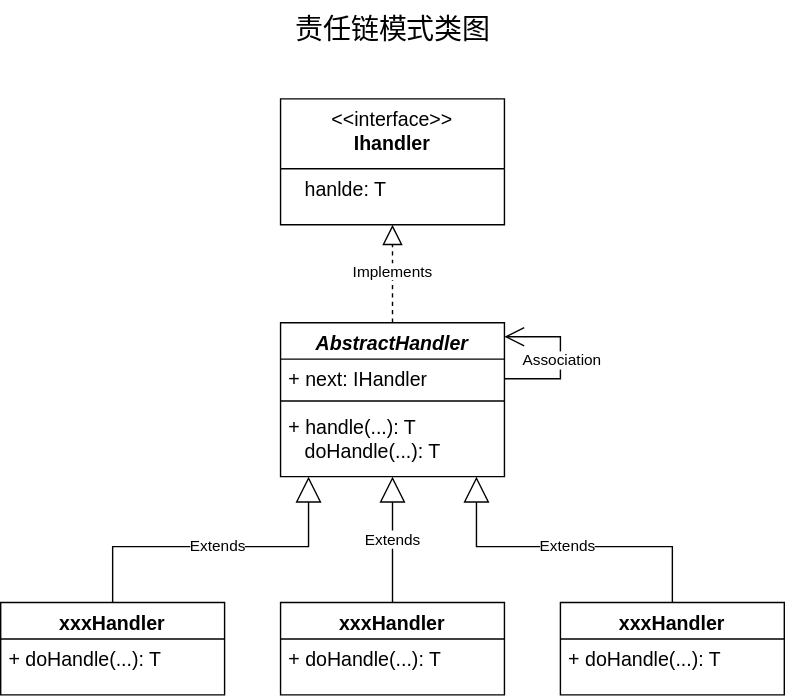
yinyg/notes keeps this draw.io diagram as 设计模式/images/责任链模式类图.svg. Above is the earlier version. Source tidied: cells renumbered, new cells last; positions are measured from the earlier drawing's top-left corner, leaving out a move shared by most shapes. Its diagram source:
```xml
<mxGraphModel>
  <root>
    <mxCell id="0" />
    <mxCell id="1" parent="0" />
    <mxCell id="2" value="&lt;font style=&quot;font-size: 14px;&quot;&gt;&lt;span style=&quot;font-weight: normal;&quot;&gt;&amp;lt;&amp;lt;interface&amp;gt;&amp;gt;&lt;br&gt;&lt;/span&gt;Ihandler&lt;/font&gt;" style="swimlane;fontStyle=1;align=center;verticalAlign=top;horizontal=1;startSize=50;whiteSpace=wrap;html=1;" parent="1" vertex="1">
      <mxGeometry x="200" y="70" width="160" height="90" as="geometry" />
    </mxCell>
    <mxCell id="3" value="&lt;font style=&quot;font-size: 14px;&quot;&gt;&amp;nbsp; &amp;nbsp;hanlde: T&lt;/font&gt;" style="text;strokeColor=none;fillColor=none;align=left;verticalAlign=top;spacingLeft=4;spacingRight=4;overflow=hidden;whiteSpace=wrap;html=1;" parent="2" vertex="1">
      <mxGeometry y="50" width="160" height="40" as="geometry" />
    </mxCell>
    <mxCell id="4" value="&lt;i&gt;AbstractHandler&lt;/i&gt;" style="swimlane;fontStyle=1;align=center;verticalAlign=top;horizontal=1;startSize=26;whiteSpace=wrap;html=1;fontSize=14;" parent="1" vertex="1">
      <mxGeometry x="200" y="230" width="160" height="110" as="geometry" />
    </mxCell>
    <mxCell id="5" value="+ next: IHandler" style="text;strokeColor=none;fillColor=none;align=left;verticalAlign=top;spacingLeft=4;spacingRight=4;overflow=hidden;whiteSpace=wrap;html=1;fontSize=14;" parent="4" vertex="1">
      <mxGeometry y="26" width="160" height="26" as="geometry" />
    </mxCell>
    <mxCell id="6" style="line;strokeWidth=1;fillColor=none;align=left;verticalAlign=middle;spacingTop=-1;spacingLeft=3;spacingRight=3;labelPosition=right;strokeColor=inherit;fontSize=14;" parent="4" vertex="1">
      <mxGeometry y="52" width="160" height="8" as="geometry" />
    </mxCell>
    <mxCell id="7" value="+ handle(...): T&lt;br&gt;&amp;nbsp; &amp;nbsp;doHandle(...): T" style="text;strokeColor=none;fillColor=none;align=left;verticalAlign=top;spacingLeft=4;spacingRight=4;overflow=hidden;whiteSpace=wrap;html=1;fontSize=14;" parent="4" vertex="1">
      <mxGeometry y="60" width="160" height="50" as="geometry" />
    </mxCell>
    <mxCell id="8" style="endArrow=block;dashed=1;endFill=0;endSize=12;html=1;rounded=0;exitX=0.5;exitY=0;exitDx=0;exitDy=0;" parent="1" edge="1" source="4">
      <mxGeometry relative="1" as="geometry">
        <mxPoint x="280" y="160" as="targetPoint" />
      </mxGeometry>
    </mxCell>
    <mxCell id="9" value="xxxHandler" style="swimlane;fontStyle=1;align=center;verticalAlign=top;horizontal=1;startSize=26;whiteSpace=wrap;html=1;fontSize=14;" parent="1" vertex="1">
      <mxGeometry y="430" width="160" height="66" as="geometry" />
    </mxCell>
    <mxCell id="10" value="+ doHandle(...): T" style="text;strokeColor=none;fillColor=none;align=left;verticalAlign=top;spacingLeft=4;spacingRight=4;overflow=hidden;whiteSpace=wrap;html=1;fontSize=14;" parent="9" vertex="1">
      <mxGeometry y="26" width="160" height="40" as="geometry" />
    </mxCell>
    <mxCell id="11" value="xxxHandler" style="swimlane;fontStyle=1;align=center;verticalAlign=top;horizontal=1;startSize=26;whiteSpace=wrap;html=1;fontSize=14;" parent="1" vertex="1">
      <mxGeometry x="200" y="430" width="160" height="66" as="geometry" />
    </mxCell>
    <mxCell id="12" value="+ doHandle(...): T" style="text;strokeColor=none;fillColor=none;align=left;verticalAlign=top;spacingLeft=4;spacingRight=4;overflow=hidden;whiteSpace=wrap;html=1;fontSize=14;" parent="11" vertex="1">
      <mxGeometry y="26" width="160" height="40" as="geometry" />
    </mxCell>
    <mxCell id="13" value="xxxHandler" style="swimlane;fontStyle=1;align=center;verticalAlign=top;horizontal=1;startSize=26;whiteSpace=wrap;html=1;fontSize=14;" parent="1" vertex="1">
      <mxGeometry x="400" y="430" width="160" height="66" as="geometry" />
    </mxCell>
    <mxCell id="14" value="+ doHandle(...): T" style="text;strokeColor=none;fillColor=none;align=left;verticalAlign=top;spacingLeft=4;spacingRight=4;overflow=hidden;whiteSpace=wrap;html=1;fontSize=14;" parent="13" vertex="1">
      <mxGeometry y="26" width="160" height="40" as="geometry" />
    </mxCell>
    <mxCell id="15" value="Extends" style="endArrow=block;endSize=16;endFill=0;html=1;rounded=0;" parent="1" edge="1" source="11">
      <mxGeometry relative="1" as="geometry">
        <mxPoint x="280" y="340" as="targetPoint" />
      </mxGeometry>
    </mxCell>
    <mxCell id="16" value="Extends" style="endArrow=block;endSize=16;endFill=0;html=1;rounded=0;exitX=0.5;exitY=0;exitDx=0;exitDy=0;" parent="1" edge="1">
      <mxGeometry relative="1" as="geometry">
        <mxPoint x="80" y="430" as="sourcePoint" />
        <mxPoint x="220" y="340" as="targetPoint" />
        <Array as="points">
          <mxPoint x="80" y="390" />
          <mxPoint x="220" y="390" />
        </Array>
      </mxGeometry>
    </mxCell>
    <mxCell id="17" value="Extends" style="endArrow=block;endSize=16;endFill=0;html=1;rounded=0;exitX=0.5;exitY=0;exitDx=0;exitDy=0;" parent="1" edge="1" source="13">
      <mxGeometry relative="1" as="geometry">
        <mxPoint x="340" y="340" as="targetPoint" />
        <Array as="points">
          <mxPoint x="480" y="390" />
          <mxPoint x="340" y="390" />
        </Array>
      </mxGeometry>
    </mxCell>
    <mxCell id="18" value="&lt;span style=&quot;color: rgb(0, 0, 0); font-family: Helvetica; font-size: 11px; font-style: normal; font-variant-ligatures: normal; font-variant-caps: normal; font-weight: 400; letter-spacing: normal; orphans: 2; text-align: center; text-indent: 0px; text-transform: none; widows: 2; word-spacing: 0px; -webkit-text-stroke-width: 0px; background-color: rgb(255, 255, 255); text-decoration-thickness: initial; text-decoration-style: initial; text-decoration-color: initial; float: none; display: inline !important;&quot;&gt;Implements&lt;/span&gt;" style="text;whiteSpace=wrap;html=1;" parent="1" vertex="1">
      <mxGeometry x="250" y="180" width="80" height="40" as="geometry" />
    </mxCell>
    <mxCell id="19" style="endArrow=open;endFill=1;endSize=12;html=1;rounded=0;" parent="1" edge="1">
      <mxGeometry relative="1" as="geometry">
        <mxPoint x="360" y="270" as="sourcePoint" />
        <mxPoint x="360" y="240" as="targetPoint" />
        <Array as="points">
          <mxPoint x="400" y="270" />
          <mxPoint x="400" y="240" />
        </Array>
      </mxGeometry>
    </mxCell>
    <mxCell id="20" value="Association" style="edgeLabel;html=1;align=center;verticalAlign=middle;" parent="19" vertex="1">
      <mxGeometry x="0.04" y="-1" relative="1" as="geometry">
        <mxPoint x="-1" y="3" as="offset" />
      </mxGeometry>
    </mxCell>
    <mxCell id="21" value="&lt;font style=&quot;font-size: 20px;&quot;&gt;责任链模式类图&lt;/font&gt;" style="text;html=1;align=center;verticalAlign=middle;strokeColor=none;fillColor=none;" parent="1" vertex="1">
      <mxGeometry x="200" width="160" height="40" as="geometry" />
    </mxCell>
  </root>
</mxGraphModel>
```
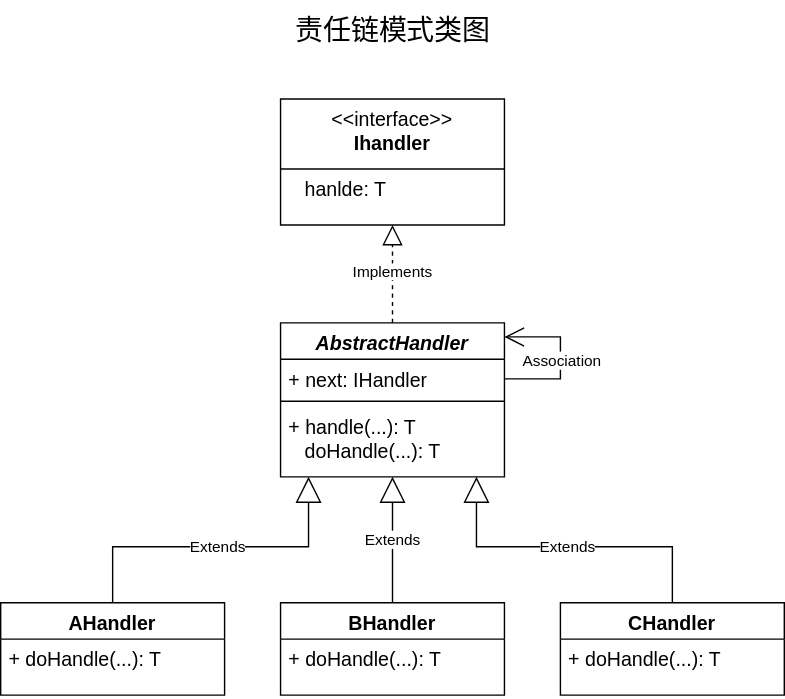
Above is the later version.

Commit message:
更新责任链模式类图.svg

What changed in the source:
```diff
@@ -25,19 +25,19 @@
         <mxPoint x="280" y="160" as="targetPoint" />
       </mxGeometry>
     </mxCell>
-    <mxCell id="9" value="xxxHandler" style="swimlane;fontStyle=1;align=center;verticalAlign=top;horizontal=1;startSize=26;whiteSpace=wrap;html=1;fontSize=14;" parent="1" vertex="1">
+    <mxCell id="9" value="AHandler" style="swimlane;fontStyle=1;align=center;verticalAlign=top;horizontal=1;startSize=26;whiteSpace=wrap;html=1;fontSize=14;" parent="1" vertex="1">
       <mxGeometry y="430" width="160" height="66" as="geometry" />
     </mxCell>
     <mxCell id="10" value="+ doHandle(...): T" style="text;strokeColor=none;fillColor=none;align=left;verticalAlign=top;spacingLeft=4;spacingRight=4;overflow=hidden;whiteSpace=wrap;html=1;fontSize=14;" parent="9" vertex="1">
       <mxGeometry y="26" width="160" height="40" as="geometry" />
     </mxCell>
-    <mxCell id="11" value="xxxHandler" style="swimlane;fontStyle=1;align=center;verticalAlign=top;horizontal=1;startSize=26;whiteSpace=wrap;html=1;fontSize=14;" parent="1" vertex="1">
+    <mxCell id="11" value="BHandler" style="swimlane;fontStyle=1;align=center;verticalAlign=top;horizontal=1;startSize=26;whiteSpace=wrap;html=1;fontSize=14;" parent="1" vertex="1">
       <mxGeometry x="200" y="430" width="160" height="66" as="geometry" />
     </mxCell>
     <mxCell id="12" value="+ doHandle(...): T" style="text;strokeColor=none;fillColor=none;align=left;verticalAlign=top;spacingLeft=4;spacingRight=4;overflow=hidden;whiteSpace=wrap;html=1;fontSize=14;" parent="11" vertex="1">
       <mxGeometry y="26" width="160" height="40" as="geometry" />
     </mxCell>
-    <mxCell id="13" value="xxxHandler" style="swimlane;fontStyle=1;align=center;verticalAlign=top;horizontal=1;startSize=26;whiteSpace=wrap;html=1;fontSize=14;" parent="1" vertex="1">
+    <mxCell id="13" value="CHandler" style="swimlane;fontStyle=1;align=center;verticalAlign=top;horizontal=1;startSize=26;whiteSpace=wrap;html=1;fontSize=14;" parent="1" vertex="1">
       <mxGeometry x="400" y="430" width="160" height="66" as="geometry" />
     </mxCell>
     <mxCell id="14" value="+ doHandle(...): T" style="text;strokeColor=none;fillColor=none;align=left;verticalAlign=top;spacingLeft=4;spacingRight=4;overflow=hidden;whiteSpace=wrap;html=1;fontSize=14;" parent="13" vertex="1">
```
